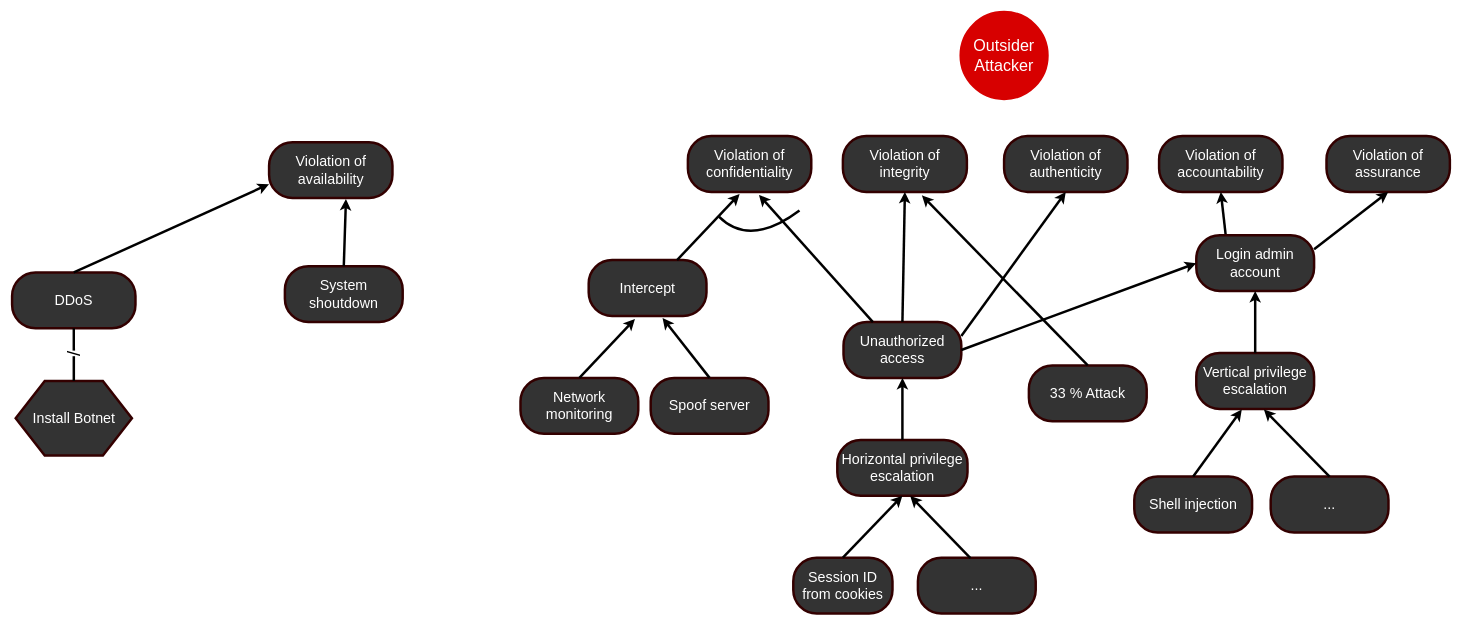
Before: Outsider attack trees.drawio in marzdeveloper/SoftwareCybersecurity, a draw.io diagram. Source tidied: cells renumbered, new cells numbered last; positions are measured from the earlier drawing's top-left corner, leaving out a move shared by most shapes. Both pictures are drawn from the tidied source at 62%, with x=0, y=0 at pixel (12, 12).
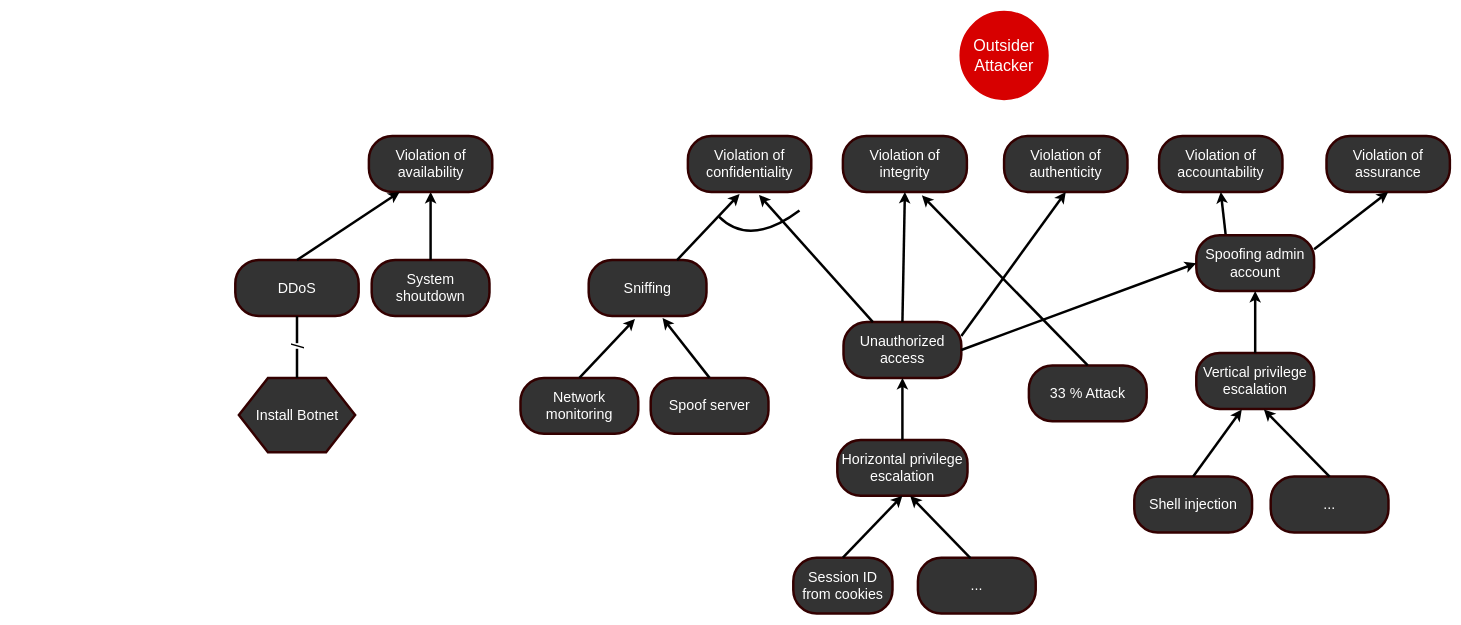
Above is the later version.

Diff of the diagram source:
```diff
@@
     <mxCell id="7" style="edgeStyle=orthogonalEdgeStyle;jumpStyle=none;jettySize=auto;html=1;entryX=0.5;entryY=1;entryDx=0;entryDy=0;endArrow=classicThin;endFill=0;strokeColor=none;strokeWidth=4;fontColor=#FFD966;curved=1;" parent="1" edge="1" source="8">
       <mxGeometry relative="1" as="geometry">
-        <mxPoint x="509.5" y="300" as="targetPoint" />
+        <mxPoint x="729.5" y="300" as="targetPoint" />
       </mxGeometry>
     </mxCell>
     <mxCell id="8" value="&lt;font color=&quot;#ffffff&quot;&gt;&lt;span style=&quot;font-size: 23px&quot;&gt;System shoutdown&lt;/span&gt;&lt;/font&gt;" style="rounded=1;whiteSpace=wrap;html=1;strokeColor=#330000;strokeWidth=4;fillColor=#333333;gradientColor=none;arcSize=42;" parent="1" vertex="1">
-      <mxGeometry x="440" y="410" width="190" height="90" as="geometry" />
+      <mxGeometry x="580" y="400" width="190" height="90" as="geometry" />
     </mxCell>
-    <mxCell id="9" style="endArrow=classic;html=1;strokeColor=#000000;strokeWidth=4;fontColor=#FFD966;entryX=0.623;entryY=1.017;entryDx=0;entryDy=0;exitX=0.5;exitY=0;exitDx=0;exitDy=0;entryPerimeter=0;" parent="1" edge="1" source="8" target="32">
+    <mxCell id="9" style="endArrow=classic;html=1;strokeColor=#000000;strokeWidth=4;fontColor=#FFD966;entryX=0.5;entryY=1;entryDx=0;entryDy=0;exitX=0.5;exitY=0;exitDx=0;exitDy=0;" parent="1" edge="1" source="8" target="32">
       <mxGeometry relative="1" as="geometry" />
     </mxCell>
-    <mxCell id="10" value="&lt;font color=&quot;#ffffff&quot;&gt;&lt;span style=&quot;font-size: 23px&quot;&gt;Intercept&lt;/span&gt;&lt;/font&gt;" style="rounded=1;whiteSpace=wrap;html=1;strokeColor=#330000;strokeWidth=4;fillColor=#333333;gradientColor=none;arcSize=42;" parent="1" vertex="1">
+    <mxCell id="10" value="&lt;font color=&quot;#ffffff&quot;&gt;&lt;span style=&quot;font-size: 23px&quot;&gt;Sniffing&lt;/span&gt;&lt;/font&gt;" style="rounded=1;whiteSpace=wrap;html=1;strokeColor=#330000;strokeWidth=4;fillColor=#333333;gradientColor=none;arcSize=42;" parent="1" vertex="1">
       <mxGeometry x="930" y="400" width="190" height="90" as="geometry" />
     </mxCell>
@@
-    <mxCell id="30" value="&lt;font color=&quot;#ffffff&quot;&gt;&lt;span style=&quot;font-size: 23px&quot;&gt;Login admin account&lt;/span&gt;&lt;/font&gt;" style="rounded=1;whiteSpace=wrap;html=1;strokeColor=#330000;strokeWidth=4;fillColor=#333333;gradientColor=none;arcSize=42;" parent="1" vertex="1">
+    <mxCell id="30" value="&lt;font color=&quot;#ffffff&quot;&gt;&lt;span style=&quot;font-size: 23px&quot;&gt;Spoofing admin account&lt;br&gt;&lt;/span&gt;&lt;/font&gt;" style="rounded=1;whiteSpace=wrap;html=1;strokeColor=#330000;strokeWidth=4;fillColor=#333333;gradientColor=none;arcSize=42;" parent="1" vertex="1">
       <mxGeometry x="1910" y="360" width="190" height="90" as="geometry" />
     </mxCell>
@@
     <mxCell id="32" value="&lt;font color=&quot;#ffffff&quot; style=&quot;font-size: 23px&quot;&gt;Violation of availability&lt;/font&gt;" style="rounded=1;whiteSpace=wrap;html=1;strokeColor=#330000;strokeWidth=4;fillColor=#333333;gradientColor=none;arcSize=42;" parent="1" vertex="1">
-      <mxGeometry x="414.5" y="210" width="199" height="90" as="geometry" />
+      <mxGeometry x="575.5" y="200" width="199" height="90" as="geometry" />
     </mxCell>
     <mxCell id="33" value="&lt;font color=&quot;#ffffff&quot; style=&quot;font-size: 23px&quot;&gt;DDoS&lt;/font&gt;" style="rounded=1;whiteSpace=wrap;html=1;strokeColor=#330000;strokeWidth=4;fillColor=#333333;gradientColor=none;arcSize=42;" parent="1" vertex="1">
-      <mxGeometry y="420" width="199" height="90" as="geometry" />
+      <mxGeometry x="360" y="400" width="199" height="90" as="geometry" />
     </mxCell>
-    <mxCell id="34" style="endArrow=classic;html=1;strokeColor=#000000;strokeWidth=4;fontColor=#FFD966;exitX=0.5;exitY=0;exitDx=0;exitDy=0;entryX=0;entryY=0.75;entryDx=0;entryDy=0;" parent="1" edge="1" source="33" target="32">
+    <mxCell id="34" style="endArrow=classic;html=1;strokeColor=#000000;strokeWidth=4;fontColor=#FFD966;exitX=0.5;exitY=0;exitDx=0;exitDy=0;entryX=0.25;entryY=1;entryDx=0;entryDy=0;" parent="1" edge="1" source="33" target="32">
       <mxGeometry relative="1" as="geometry" />
     </mxCell>
     <mxCell id="35" value="&lt;font style=&quot;font-size: 23px&quot;&gt;Install Botnet&lt;/font&gt;" style="shape=hexagon;perimeter=hexagonPerimeter2;whiteSpace=wrap;html=1;fillColor=#333333;fontColor=#FFFFFF;rounded=0;strokeWidth=4;strokeColor=#330000;" parent="1" vertex="1">
-      <mxGeometry x="5.8" y="595" width="187.5" height="120" as="geometry" />
+      <mxGeometry x="365.8" y="590" width="187.5" height="120" as="geometry" />
     </mxCell>
```
